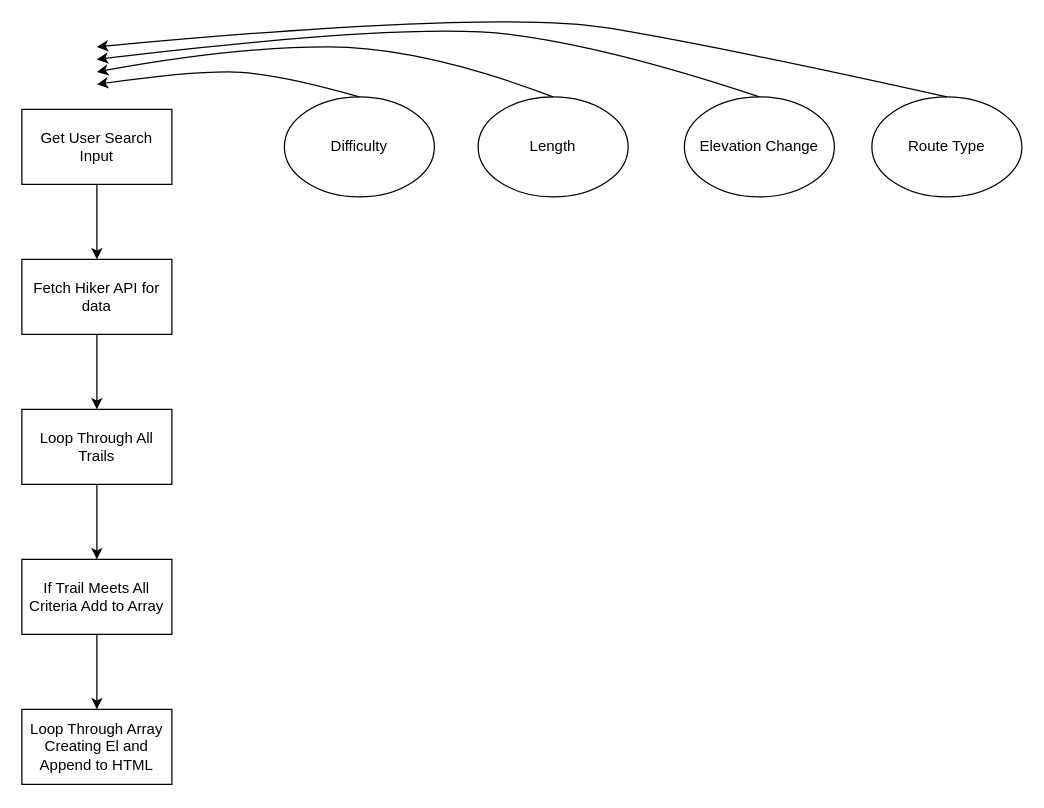
Jonathan6/Trail-Buddy keeps this draw.io diagram as documents/MvpJsWireframe.drawio. Above is the earlier version. Source tidied: cells renumbered, new cells numbered last; positions are measured from the earlier drawing's top-left corner, leaving out a move shared by most shapes. Both pictures are drawn from the tidied source at 125%, with x=0, y=0 at pixel (21, 9).
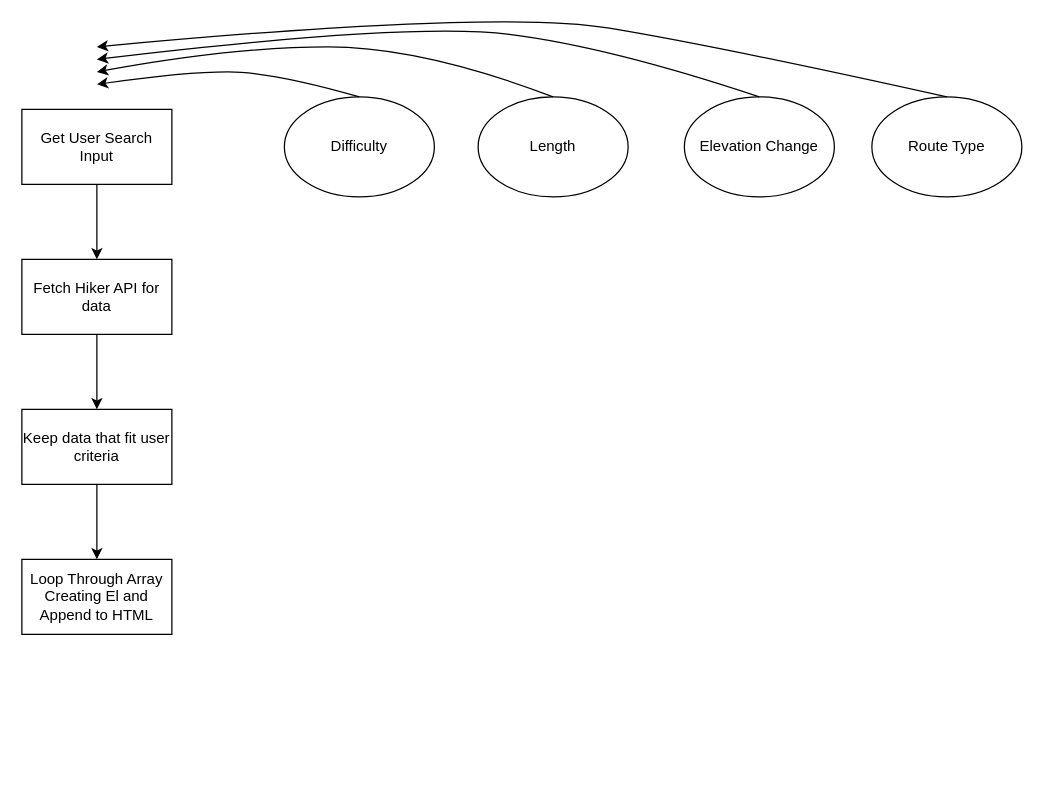
The same page after the edit.

Unchanged cells that the change refers to:
```xml
<mxCell id="13" value="Fetch Hiker API for data" style="rounded=0;whiteSpace=wrap;html=1;" parent="1" vertex="1">
  <mxGeometry y="200" width="120" height="60" as="geometry" />
</mxCell>
```

Diff of the diagram source:
```diff
@@
-    <mxCell id="12" style="edgeStyle=none;html=1;" parent="1" edge="1" source="13" target="15">
-      <mxGeometry relative="1" as="geometry" />
+    <mxCell id="12" style="edgeStyle=none;html=1;" parent="1" edge="1" source="13">
+      <mxGeometry relative="1" as="geometry">
+        <mxPoint x="60" y="320" as="targetPoint" />
+      </mxGeometry>
     </mxCell>
@@
-    <mxCell id="14" style="edgeStyle=none;html=1;" parent="1" edge="1" source="15" target="17">
-      <mxGeometry relative="1" as="geometry" />
-    </mxCell>
-    <mxCell id="15" value="Loop Through All Trails" style="rounded=0;whiteSpace=wrap;html=1;" parent="1" vertex="1">
-      <mxGeometry y="320" width="120" height="60" as="geometry" />
-    </mxCell>
-    <mxCell id="16" style="edgeStyle=none;html=1;" parent="1" edge="1" source="17" target="18">
-      <mxGeometry relative="1" as="geometry" />
-    </mxCell>
-    <mxCell id="17" value="If Trail Meets All Criteria Add to Array" style="rounded=0;whiteSpace=wrap;html=1;" parent="1" vertex="1">
-      <mxGeometry y="440" width="120" height="60" as="geometry" />
-    </mxCell>
     <mxCell id="18" value="Loop Through Array Creating El and Append to HTML" style="rounded=0;whiteSpace=wrap;html=1;" parent="1" vertex="1">
-      <mxGeometry y="560" width="120" height="60" as="geometry" />
+      <mxGeometry y="440" width="120" height="60" as="geometry" />
     </mxCell>
+    <mxCell id="19" value="Keep data that fit user criteria" style="rounded=0;whiteSpace=wrap;html=1;" parent="1" vertex="1">
+      <mxGeometry y="320" width="120" height="60" as="geometry" />
+    </mxCell>
+    <mxCell id="20" style="endArrow=classic;html=1;exitX=0.5;exitY=1;exitDx=0;exitDy=0;" parent="1" edge="1" source="19">
+      <mxGeometry relative="1" as="geometry">
+        <mxPoint x="60" y="440" as="targetPoint" />
+      </mxGeometry>
+    </mxCell>
```
